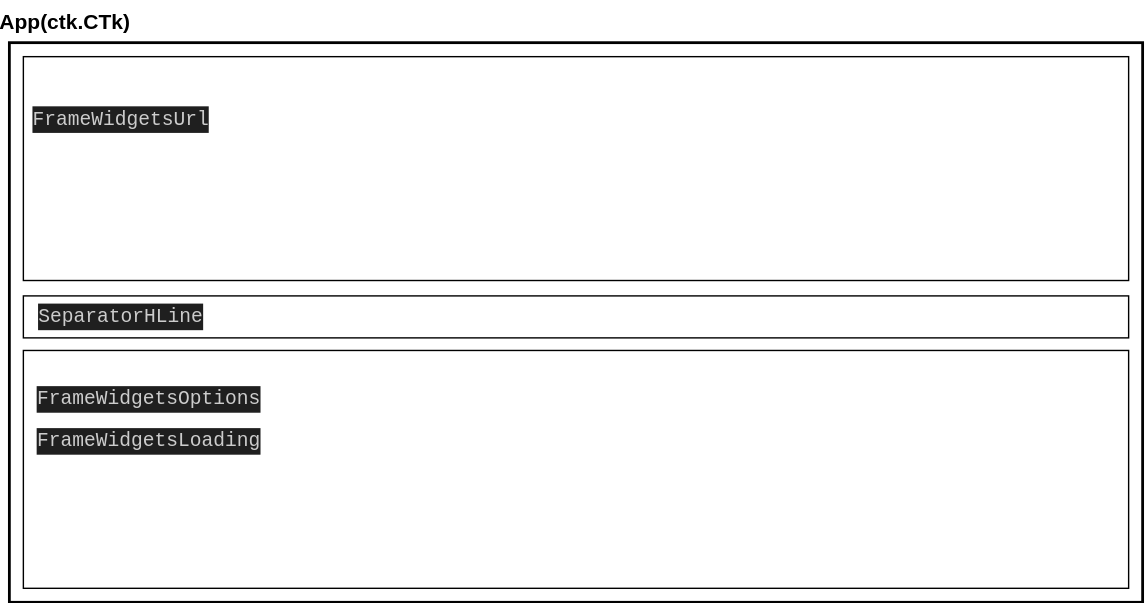
Before: Visual/tkinter/youtube/Untitled Diagram.drawio.svg, a diagram exported from draw.io (AndrewVolkova/Python). Source tidied: cells renumbered, new cells last; positions are measured from the earlier drawing's top-left corner, leaving out a move shared by most shapes. Source of this version:
```xml
<mxGraphModel background="#ffffff">
  <root>
    <mxCell id="0" style="html=1;" />
    <mxCell id="1" style="html=1;" parent="0" />
    <mxCell id="2" style="group;" parent="1" vertex="1">
      <mxGeometry width="810" height="430" as="geometry" />
    </mxCell>
    <mxCell id="3" style="rounded=0;whiteSpace=wrap;html=1;strokeWidth=2;" parent="2" vertex="1">
      <mxGeometry y="30" width="810" height="400" as="geometry" />
    </mxCell>
    <mxCell id="4" value="&lt;b&gt;&lt;font style=&quot;font-size: 15px;&quot;&gt;App(ctk.CTk)&lt;/font&gt;&lt;/b&gt;" style="text;html=1;strokeColor=none;fillColor=none;align=center;verticalAlign=middle;whiteSpace=wrap;rounded=0;" parent="2" vertex="1">
      <mxGeometry x="10" width="60" height="30" as="geometry" />
    </mxCell>
    <mxCell id="5" style="rounded=0;whiteSpace=wrap;html=1;" parent="2" vertex="1">
      <mxGeometry x="10" y="40" width="790" height="160" as="geometry" />
    </mxCell>
    <mxCell id="6" style="rounded=0;whiteSpace=wrap;html=1;" parent="2" vertex="1">
      <mxGeometry x="10" y="250" width="790" height="170" as="geometry" />
    </mxCell>
    <mxCell id="7" style="rounded=0;whiteSpace=wrap;html=1;" parent="2" vertex="1">
      <mxGeometry x="10" y="211" width="790" height="30" as="geometry" />
    </mxCell>
    <mxCell id="8" value="&lt;div style=&quot;color: rgb(204, 204, 204); background-color: rgb(31, 31, 31); font-family: Consolas, &amp;quot;Courier New&amp;quot;, monospace; font-size: 14px; line-height: 19px;&quot;&gt;FrameWidgetsUrl&lt;/div&gt;" style="text;html=1;strokeColor=none;fillColor=none;align=center;verticalAlign=middle;whiteSpace=wrap;rounded=0;" parent="2" vertex="1">
      <mxGeometry x="50" y="70" width="60" height="30" as="geometry" />
    </mxCell>
    <mxCell id="9" value="&lt;div style=&quot;color: rgb(204, 204, 204); background-color: rgb(31, 31, 31); font-family: Consolas, &amp;quot;Courier New&amp;quot;, monospace; font-size: 14px; line-height: 19px;&quot;&gt;FrameWidgetsLoading&lt;/div&gt;" style="text;html=1;strokeColor=none;fillColor=none;align=center;verticalAlign=middle;whiteSpace=wrap;rounded=0;" parent="2" vertex="1">
      <mxGeometry x="70" y="300" width="60" height="30" as="geometry" />
    </mxCell>
    <mxCell id="10" value="&lt;div style=&quot;color: rgb(204, 204, 204); background-color: rgb(31, 31, 31); font-family: Consolas, &amp;quot;Courier New&amp;quot;, monospace; font-size: 14px; line-height: 19px;&quot;&gt;FrameWidgetsOptions&lt;/div&gt;" style="text;html=1;strokeColor=none;fillColor=none;align=center;verticalAlign=middle;whiteSpace=wrap;rounded=0;" parent="2" vertex="1">
      <mxGeometry x="70" y="270" width="60" height="30" as="geometry" />
    </mxCell>
    <mxCell id="11" value="&lt;div style=&quot;color: rgb(204, 204, 204); background-color: rgb(31, 31, 31); font-family: Consolas, &amp;quot;Courier New&amp;quot;, monospace; font-size: 14px; line-height: 19px;&quot;&gt;SeparatorHLine&lt;/div&gt;" style="text;html=1;strokeColor=none;fillColor=none;align=center;verticalAlign=middle;whiteSpace=wrap;rounded=0;" parent="2" vertex="1">
      <mxGeometry x="50" y="211" width="60" height="30" as="geometry" />
    </mxCell>
  </root>
</mxGraphModel>
```
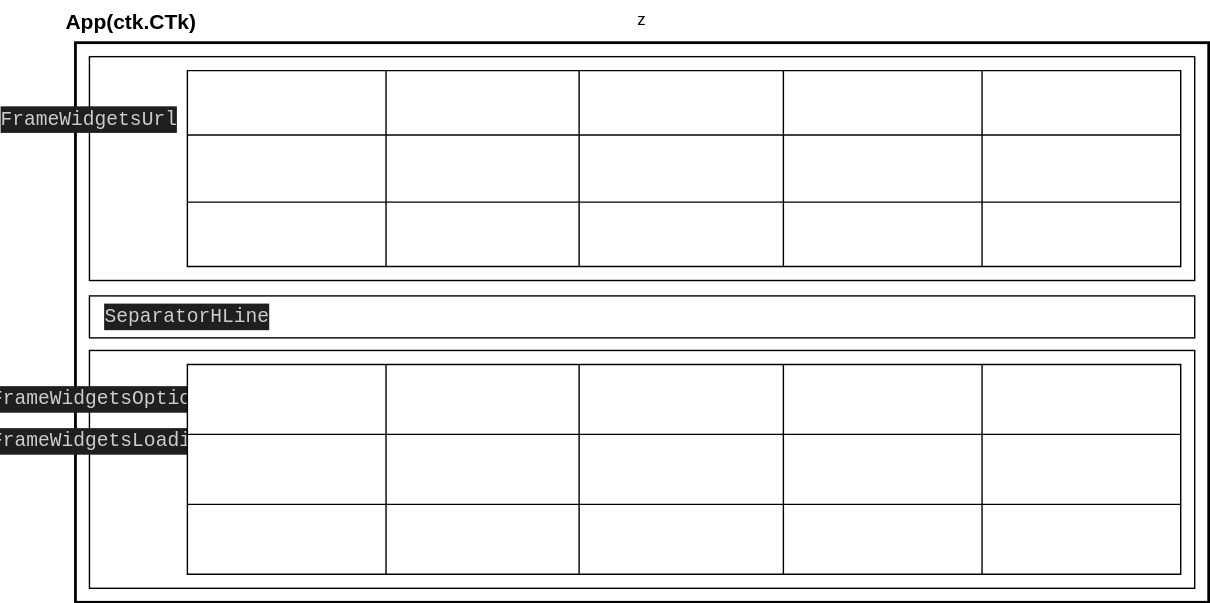
The same file after the commit.

Change to the diagram source:
```diff
@@ -2,7 +2,7 @@
   <root>
     <mxCell id="0" style="html=1;" />
     <mxCell id="1" style="html=1;" parent="0" />
-    <mxCell id="2" style="group;" parent="1" vertex="1">
+    <mxCell id="2" value="z" style="group;" parent="1" vertex="1">
       <mxGeometry width="810" height="430" as="geometry" />
     </mxCell>
     <mxCell id="3" style="rounded=0;whiteSpace=wrap;html=1;strokeWidth=2;" parent="2" vertex="1">
@@ -20,17 +20,131 @@
     <mxCell id="7" style="rounded=0;whiteSpace=wrap;html=1;" parent="2" vertex="1">
       <mxGeometry x="10" y="211" width="790" height="30" as="geometry" />
     </mxCell>
-    <mxCell id="8" value="&lt;div style=&quot;color: rgb(204, 204, 204); background-color: rgb(31, 31, 31); font-family: Consolas, &amp;quot;Courier New&amp;quot;, monospace; font-size: 14px; line-height: 19px;&quot;&gt;FrameWidgetsUrl&lt;/div&gt;" style="text;html=1;strokeColor=none;fillColor=none;align=center;verticalAlign=middle;whiteSpace=wrap;rounded=0;" parent="2" vertex="1">
-      <mxGeometry x="50" y="70" width="60" height="30" as="geometry" />
-    </mxCell>
+    <mxCell id="11" value="&lt;div style=&quot;color: rgb(204, 204, 204); background-color: rgb(31, 31, 31); font-family: Consolas, &amp;quot;Courier New&amp;quot;, monospace; font-size: 14px; line-height: 19px;&quot;&gt;SeparatorHLine&lt;/div&gt;" style="text;html=1;strokeColor=none;fillColor=none;align=center;verticalAlign=middle;whiteSpace=wrap;rounded=0;" parent="2" vertex="1">
+      <mxGeometry x="50" y="211" width="60" height="30" as="geometry" />
+    </mxCell>
     <mxCell id="9" value="&lt;div style=&quot;color: rgb(204, 204, 204); background-color: rgb(31, 31, 31); font-family: Consolas, &amp;quot;Courier New&amp;quot;, monospace; font-size: 14px; line-height: 19px;&quot;&gt;FrameWidgetsLoading&lt;/div&gt;" style="text;html=1;strokeColor=none;fillColor=none;align=center;verticalAlign=middle;whiteSpace=wrap;rounded=0;" parent="2" vertex="1">
-      <mxGeometry x="70" y="300" width="60" height="30" as="geometry" />
+      <mxGeometry x="-10" y="300" width="60" height="30" as="geometry" />
     </mxCell>
     <mxCell id="10" value="&lt;div style=&quot;color: rgb(204, 204, 204); background-color: rgb(31, 31, 31); font-family: Consolas, &amp;quot;Courier New&amp;quot;, monospace; font-size: 14px; line-height: 19px;&quot;&gt;FrameWidgetsOptions&lt;/div&gt;" style="text;html=1;strokeColor=none;fillColor=none;align=center;verticalAlign=middle;whiteSpace=wrap;rounded=0;" parent="2" vertex="1">
-      <mxGeometry x="70" y="270" width="60" height="30" as="geometry" />
+      <mxGeometry x="-10" y="270" width="60" height="30" as="geometry" />
     </mxCell>
-    <mxCell id="11" value="&lt;div style=&quot;color: rgb(204, 204, 204); background-color: rgb(31, 31, 31); font-family: Consolas, &amp;quot;Courier New&amp;quot;, monospace; font-size: 14px; line-height: 19px;&quot;&gt;SeparatorHLine&lt;/div&gt;" style="text;html=1;strokeColor=none;fillColor=none;align=center;verticalAlign=middle;whiteSpace=wrap;rounded=0;" parent="2" vertex="1">
-      <mxGeometry x="50" y="211" width="60" height="30" as="geometry" />
-    </mxCell>
+    <mxCell id="12" style="shape=table;startSize=0;" parent="2" vertex="1">
+      <mxGeometry x="80" y="50" width="710" height="140" as="geometry" />
+    </mxCell>
+    <mxCell id="13" style="shape=tableRow;horizontal=0;startSize=0;swimlaneHead=0;swimlaneBody=0;strokeColor=inherit;top=0;left=0;bottom=0;right=0;fillColor=none;" parent="12" vertex="1">
+      <mxGeometry width="710" height="46" as="geometry" />
+    </mxCell>
+    <mxCell id="14" style="shape=partialRectangle;html=1;whiteSpace=wrap;strokeColor=inherit;overflow=hidden;fillColor=none;top=0;left=0;bottom=0;right=0;" parent="13" vertex="1">
+      <mxGeometry width="142" height="46" as="geometry" />
+    </mxCell>
+    <mxCell id="15" style="shape=partialRectangle;html=1;whiteSpace=wrap;strokeColor=inherit;overflow=hidden;fillColor=none;top=0;left=0;bottom=0;right=0;" parent="13" vertex="1">
+      <mxGeometry x="142" width="138" height="46" as="geometry" />
+    </mxCell>
+    <mxCell id="16" style="shape=partialRectangle;html=1;whiteSpace=wrap;strokeColor=inherit;overflow=hidden;fillColor=none;top=0;left=0;bottom=0;right=0;" parent="13" vertex="1">
+      <mxGeometry x="280" width="146" height="46" as="geometry" />
+    </mxCell>
+    <mxCell id="17" style="shape=partialRectangle;html=1;whiteSpace=wrap;strokeColor=inherit;overflow=hidden;fillColor=none;top=0;left=0;bottom=0;right=0;" parent="13" vertex="1">
+      <mxGeometry x="426" width="142" height="46" as="geometry" />
+    </mxCell>
+    <mxCell id="18" style="shape=partialRectangle;html=1;whiteSpace=wrap;strokeColor=inherit;overflow=hidden;fillColor=none;top=0;left=0;bottom=0;right=0;" parent="13" vertex="1">
+      <mxGeometry x="568" width="142" height="46" as="geometry" />
+    </mxCell>
+    <mxCell id="19" style="shape=tableRow;horizontal=0;startSize=0;swimlaneHead=0;swimlaneBody=0;strokeColor=inherit;top=0;left=0;bottom=0;right=0;fillColor=none;" parent="12" vertex="1">
+      <mxGeometry y="46" width="710" height="48" as="geometry" />
+    </mxCell>
+    <mxCell id="20" style="shape=partialRectangle;html=1;whiteSpace=wrap;strokeColor=inherit;overflow=hidden;fillColor=none;top=0;left=0;bottom=0;right=0;" parent="19" vertex="1">
+      <mxGeometry width="142" height="48" as="geometry" />
+    </mxCell>
+    <mxCell id="21" style="shape=partialRectangle;html=1;whiteSpace=wrap;strokeColor=inherit;overflow=hidden;fillColor=none;top=0;left=0;bottom=0;right=0;" parent="19" vertex="1">
+      <mxGeometry x="142" width="138" height="48" as="geometry" />
+    </mxCell>
+    <mxCell id="22" style="shape=partialRectangle;html=1;whiteSpace=wrap;strokeColor=inherit;overflow=hidden;fillColor=none;top=0;left=0;bottom=0;right=0;" parent="19" vertex="1">
+      <mxGeometry x="280" width="146" height="48" as="geometry" />
+    </mxCell>
+    <mxCell id="23" style="shape=partialRectangle;html=1;whiteSpace=wrap;strokeColor=inherit;overflow=hidden;fillColor=none;top=0;left=0;bottom=0;right=0;" parent="19" vertex="1">
+      <mxGeometry x="426" width="142" height="48" as="geometry" />
+    </mxCell>
+    <mxCell id="24" style="shape=partialRectangle;html=1;whiteSpace=wrap;strokeColor=inherit;overflow=hidden;fillColor=none;top=0;left=0;bottom=0;right=0;" parent="19" vertex="1">
+      <mxGeometry x="568" width="142" height="48" as="geometry" />
+    </mxCell>
+    <mxCell id="25" style="shape=tableRow;horizontal=0;startSize=0;swimlaneHead=0;swimlaneBody=0;strokeColor=inherit;top=0;left=0;bottom=0;right=0;fillColor=none;" parent="12" vertex="1">
+      <mxGeometry y="94" width="710" height="46" as="geometry" />
+    </mxCell>
+    <mxCell id="26" style="shape=partialRectangle;html=1;whiteSpace=wrap;strokeColor=inherit;overflow=hidden;fillColor=none;top=0;left=0;bottom=0;right=0;" parent="25" vertex="1">
+      <mxGeometry width="142" height="46" as="geometry" />
+    </mxCell>
+    <mxCell id="27" style="shape=partialRectangle;html=1;whiteSpace=wrap;strokeColor=inherit;overflow=hidden;fillColor=none;top=0;left=0;bottom=0;right=0;" parent="25" vertex="1">
+      <mxGeometry x="142" width="138" height="46" as="geometry" />
+    </mxCell>
+    <mxCell id="28" style="shape=partialRectangle;html=1;whiteSpace=wrap;strokeColor=inherit;overflow=hidden;fillColor=none;top=0;left=0;bottom=0;right=0;" parent="25" vertex="1">
+      <mxGeometry x="280" width="146" height="46" as="geometry" />
+    </mxCell>
+    <mxCell id="29" style="shape=partialRectangle;html=1;whiteSpace=wrap;strokeColor=inherit;overflow=hidden;fillColor=none;top=0;left=0;bottom=0;right=0;" parent="25" vertex="1">
+      <mxGeometry x="426" width="142" height="46" as="geometry" />
+    </mxCell>
+    <mxCell id="30" style="shape=partialRectangle;html=1;whiteSpace=wrap;strokeColor=inherit;overflow=hidden;fillColor=none;top=0;left=0;bottom=0;right=0;" parent="25" vertex="1">
+      <mxGeometry x="568" width="142" height="46" as="geometry" />
+    </mxCell>
+    <mxCell id="31" style="shape=table;startSize=0;" parent="2" vertex="1">
+      <mxGeometry x="80" y="260" width="710" height="150" as="geometry" />
+    </mxCell>
+    <mxCell id="32" style="shape=tableRow;horizontal=0;startSize=0;swimlaneHead=0;swimlaneBody=0;strokeColor=inherit;top=0;left=0;bottom=0;right=0;fillColor=none;" parent="31" vertex="1">
+      <mxGeometry width="710" height="50" as="geometry" />
+    </mxCell>
+    <mxCell id="33" style="shape=partialRectangle;html=1;whiteSpace=wrap;strokeColor=inherit;overflow=hidden;fillColor=none;top=0;left=0;bottom=0;right=0;" parent="32" vertex="1">
+      <mxGeometry width="142" height="50" as="geometry" />
+    </mxCell>
+    <mxCell id="34" style="shape=partialRectangle;html=1;whiteSpace=wrap;strokeColor=inherit;overflow=hidden;fillColor=none;top=0;left=0;bottom=0;right=0;" parent="32" vertex="1">
+      <mxGeometry x="142" width="138" height="50" as="geometry" />
+    </mxCell>
+    <mxCell id="35" style="shape=partialRectangle;html=1;whiteSpace=wrap;strokeColor=inherit;overflow=hidden;fillColor=none;top=0;left=0;bottom=0;right=0;" parent="32" vertex="1">
+      <mxGeometry x="280" width="146" height="50" as="geometry" />
+    </mxCell>
+    <mxCell id="36" style="shape=partialRectangle;html=1;whiteSpace=wrap;strokeColor=inherit;overflow=hidden;fillColor=none;top=0;left=0;bottom=0;right=0;" parent="32" vertex="1">
+      <mxGeometry x="426" width="142" height="50" as="geometry" />
+    </mxCell>
+    <mxCell id="37" style="shape=partialRectangle;html=1;whiteSpace=wrap;strokeColor=inherit;overflow=hidden;fillColor=none;top=0;left=0;bottom=0;right=0;" parent="32" vertex="1">
+      <mxGeometry x="568" width="142" height="50" as="geometry" />
+    </mxCell>
+    <mxCell id="38" style="shape=tableRow;horizontal=0;startSize=0;swimlaneHead=0;swimlaneBody=0;strokeColor=inherit;top=0;left=0;bottom=0;right=0;fillColor=none;" parent="31" vertex="1">
+      <mxGeometry y="50" width="710" height="50" as="geometry" />
+    </mxCell>
+    <mxCell id="39" style="shape=partialRectangle;html=1;whiteSpace=wrap;strokeColor=inherit;overflow=hidden;fillColor=none;top=0;left=0;bottom=0;right=0;" parent="38" vertex="1">
+      <mxGeometry width="142" height="50" as="geometry" />
+    </mxCell>
+    <mxCell id="40" style="shape=partialRectangle;html=1;whiteSpace=wrap;strokeColor=inherit;overflow=hidden;fillColor=none;top=0;left=0;bottom=0;right=0;" parent="38" vertex="1">
+      <mxGeometry x="142" width="138" height="50" as="geometry" />
+    </mxCell>
+    <mxCell id="41" style="shape=partialRectangle;html=1;whiteSpace=wrap;strokeColor=inherit;overflow=hidden;fillColor=none;top=0;left=0;bottom=0;right=0;" parent="38" vertex="1">
+      <mxGeometry x="280" width="146" height="50" as="geometry" />
+    </mxCell>
+    <mxCell id="42" style="shape=partialRectangle;html=1;whiteSpace=wrap;strokeColor=inherit;overflow=hidden;fillColor=none;top=0;left=0;bottom=0;right=0;" parent="38" vertex="1">
+      <mxGeometry x="426" width="142" height="50" as="geometry" />
+    </mxCell>
+    <mxCell id="43" style="shape=partialRectangle;html=1;whiteSpace=wrap;strokeColor=inherit;overflow=hidden;fillColor=none;top=0;left=0;bottom=0;right=0;" parent="38" vertex="1">
+      <mxGeometry x="568" width="142" height="50" as="geometry" />
+    </mxCell>
+    <mxCell id="44" style="shape=tableRow;horizontal=0;startSize=0;swimlaneHead=0;swimlaneBody=0;strokeColor=inherit;top=0;left=0;bottom=0;right=0;fillColor=none;" parent="31" vertex="1">
+      <mxGeometry y="100" width="710" height="50" as="geometry" />
+    </mxCell>
+    <mxCell id="45" style="shape=partialRectangle;html=1;whiteSpace=wrap;strokeColor=inherit;overflow=hidden;fillColor=none;top=0;left=0;bottom=0;right=0;" parent="44" vertex="1">
+      <mxGeometry width="142" height="50" as="geometry" />
+    </mxCell>
+    <mxCell id="46" style="shape=partialRectangle;html=1;whiteSpace=wrap;strokeColor=inherit;overflow=hidden;fillColor=none;top=0;left=0;bottom=0;right=0;" parent="44" vertex="1">
+      <mxGeometry x="142" width="138" height="50" as="geometry" />
+    </mxCell>
+    <mxCell id="47" style="shape=partialRectangle;html=1;whiteSpace=wrap;strokeColor=inherit;overflow=hidden;fillColor=none;top=0;left=0;bottom=0;right=0;" parent="44" vertex="1">
+      <mxGeometry x="280" width="146" height="50" as="geometry" />
+    </mxCell>
+    <mxCell id="48" style="shape=partialRectangle;html=1;whiteSpace=wrap;strokeColor=inherit;overflow=hidden;fillColor=none;top=0;left=0;bottom=0;right=0;" parent="44" vertex="1">
+      <mxGeometry x="426" width="142" height="50" as="geometry" />
+    </mxCell>
+    <mxCell id="49" style="shape=partialRectangle;html=1;whiteSpace=wrap;strokeColor=inherit;overflow=hidden;fillColor=none;top=0;left=0;bottom=0;right=0;" parent="44" vertex="1">
+      <mxGeometry x="568" width="142" height="50" as="geometry" />
+    </mxCell>
+    <mxCell id="8" value="&lt;div style=&quot;color: rgb(204, 204, 204); background-color: rgb(31, 31, 31); font-family: Consolas, &amp;quot;Courier New&amp;quot;, monospace; font-size: 14px; line-height: 19px;&quot;&gt;FrameWidgetsUrl&lt;/div&gt;" style="text;html=1;strokeColor=none;fillColor=none;align=center;verticalAlign=middle;whiteSpace=wrap;rounded=0;" parent="1" vertex="1">
+      <mxGeometry x="-20" y="70" width="60" height="30" as="geometry" />
+    </mxCell>
   </root>
 </mxGraphModel>
```
